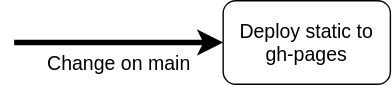
This is assets/mainprocess.svg from williamng95/fintech-devops, a draw.io export, as it was before one commit. Source tidied: cells renumbered, new cells last; positions are measured from the earlier drawing's top-left corner, leaving out a move shared by most shapes. Source of this version:
```xml
<mxGraphModel>
  <root>
    <mxCell id="0" />
    <mxCell id="1" parent="0" />
    <mxCell id="2" style="group;" parent="1" vertex="1">
      <mxGeometry width="270" height="60" as="geometry" />
    </mxCell>
    <mxCell id="3" value="Change on main" style="endArrow=classic;html=1;strokeColor=#000000;strokeWidth=4;labelPosition=center;verticalLabelPosition=top;align=center;verticalAlign=top;fontSize=14;" parent="2" edge="1">
      <mxGeometry relative="1" as="geometry">
        <mxPoint y="30" as="sourcePoint" />
        <mxPoint x="150" y="30" as="targetPoint" />
      </mxGeometry>
    </mxCell>
    <mxCell id="4" value="Deploy static to gh-pages" style="rounded=1;whiteSpace=wrap;html=1;fontSize=14;" parent="2" vertex="1">
      <mxGeometry x="150" width="120" height="60" as="geometry" />
    </mxCell>
  </root>
</mxGraphModel>
```
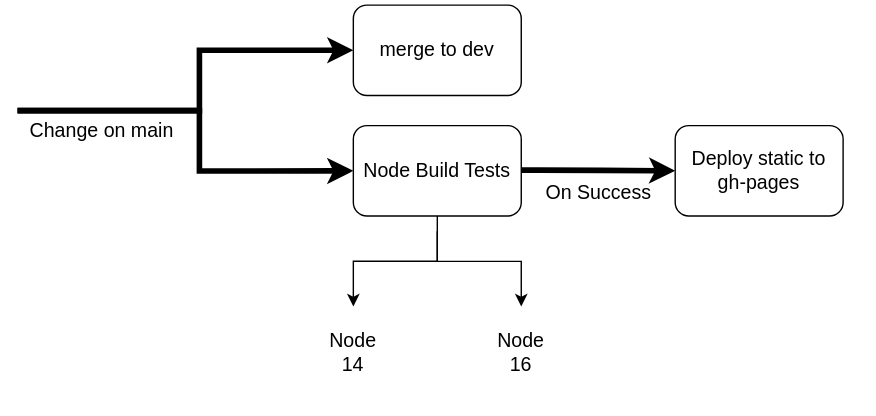
Later version of the same file.

Change to the diagram source:
```diff
@@ -3,16 +3,63 @@
     <mxCell id="0" />
     <mxCell id="1" parent="0" />
     <mxCell id="2" style="group;" parent="1" vertex="1">
-      <mxGeometry width="270" height="60" as="geometry" />
+      <mxGeometry width="610" height="290" as="geometry" />
     </mxCell>
-    <mxCell id="3" value="Change on main" style="endArrow=classic;html=1;strokeColor=#000000;strokeWidth=4;labelPosition=center;verticalLabelPosition=top;align=center;verticalAlign=top;fontSize=14;" parent="2" edge="1">
-      <mxGeometry relative="1" as="geometry">
-        <mxPoint y="30" as="sourcePoint" />
-        <mxPoint x="150" y="30" as="targetPoint" />
-      </mxGeometry>
+    <mxCell id="3" value="merge to dev" style="rounded=1;whiteSpace=wrap;html=1;fontSize=14;" parent="2" vertex="1">
+      <mxGeometry x="240" width="120" height="64.6" as="geometry" />
     </mxCell>
-    <mxCell id="4" value="Deploy static to gh-pages" style="rounded=1;whiteSpace=wrap;html=1;fontSize=14;" parent="2" vertex="1">
-      <mxGeometry x="150" width="120" height="60" as="geometry" />
+    <mxCell id="4" value="Change on main" style="edgeStyle=orthogonalEdgeStyle;rounded=0;jettySize=auto;html=1;strokeWidth=4;verticalAlign=top;fontSize=14;entryX=0;entryY=0.5;entryDx=0;entryDy=0;" parent="2" edge="1" target="3">
+      <mxGeometry x="-0.57" relative="1" as="geometry">
+        <mxPoint y="75.4" as="sourcePoint" />
+        <Array as="points">
+          <mxPoint y="75.4" />
+          <mxPoint x="130" y="75.4" />
+          <mxPoint x="130" y="32.3" />
+        </Array>
+      </mxGeometry>
     </mxCell>
+    <mxCell id="5" style="edgeStyle=orthogonalEdgeStyle;rounded=0;orthogonalLoop=1;jettySize=auto;html=1;strokeWidth=4;verticalAlign=top;fontSize=14;entryX=0;entryY=0.5;entryDx=0;entryDy=0;" parent="2" edge="1">
+      <mxGeometry x="-0.52" relative="1" as="geometry">
+        <mxPoint y="75.4" as="sourcePoint" />
+        <mxPoint x="240" y="118.5" as="targetPoint" />
+        <Array as="points">
+          <mxPoint y="75.4" />
+          <mxPoint x="130" y="75.4" />
+          <mxPoint x="130" y="118.5" />
+        </Array>
+      </mxGeometry>
+    </mxCell>
+    <mxCell id="6" value="Deploy static to gh-pages" style="rounded=1;whiteSpace=wrap;html=1;fontSize=14;" parent="2" vertex="1">
+      <mxGeometry x="470" y="86.2" width="120" height="64.6" as="geometry" />
+    </mxCell>
+    <mxCell id="7" value="Node Build Tests" style="rounded=1;whiteSpace=wrap;html=1;fontSize=14;labelBackgroundColor=none;" parent="2" vertex="1">
+      <mxGeometry x="240" y="86.2" width="120" height="64.6" as="geometry" />
+    </mxCell>
+    <mxCell id="8" style="edgeStyle=elbowEdgeStyle;elbow=vertical;html=1;rounded=0;labelBackgroundColor=none;" parent="2" edge="1">
+      <mxGeometry relative="1" as="geometry">
+        <mxPoint x="300" y="161.5" as="sourcePoint" />
+        <mxPoint x="240" y="215.4" as="targetPoint" />
+        <Array as="points">
+          <mxPoint x="270" y="183.1" />
+        </Array>
+      </mxGeometry>
+    </mxCell>
+    <mxCell id="9" style="edgeStyle=elbowEdgeStyle;elbow=vertical;html=1;rounded=0;labelBackgroundColor=none;" parent="2" edge="1">
+      <mxGeometry relative="1" as="geometry">
+        <mxPoint x="300" y="150.8" as="sourcePoint" />
+        <mxPoint x="360" y="215.4" as="targetPoint" />
+      </mxGeometry>
+    </mxCell>
+    <mxCell id="10" value="Node 14" style="text;html=1;strokeColor=none;fillColor=none;align=center;verticalAlign=middle;whiteSpace=wrap;rounded=0;fontSize=14;labelBackgroundColor=none;" parent="2" vertex="1">
+      <mxGeometry x="220" y="236.9" width="40" height="21.5" as="geometry" />
+    </mxCell>
+    <mxCell id="11" value="Node 16" style="text;html=1;strokeColor=none;fillColor=none;align=center;verticalAlign=middle;whiteSpace=wrap;rounded=0;fontSize=14;labelBackgroundColor=none;" parent="2" vertex="1">
+      <mxGeometry x="340" y="236.9" width="40" height="21.5" as="geometry" />
+    </mxCell>
+    <mxCell id="12" value="On Success" style="edgeStyle=orthogonalEdgeStyle;curved=1;jettySize=auto;html=1;endArrow=classic;endFill=1;strokeColor=#000000;strokeWidth=4;fontSize=14;labelPosition=center;verticalLabelPosition=top;align=center;verticalAlign=top;labelBackgroundColor=none;entryX=0;entryY=0.5;entryDx=0;entryDy=0;" parent="2" edge="1" target="6">
+      <mxGeometry relative="1" as="geometry">
+        <mxPoint x="360" y="117.9" as="sourcePoint" />
+      </mxGeometry>
+    </mxCell>
   </root>
 </mxGraphModel>
```
